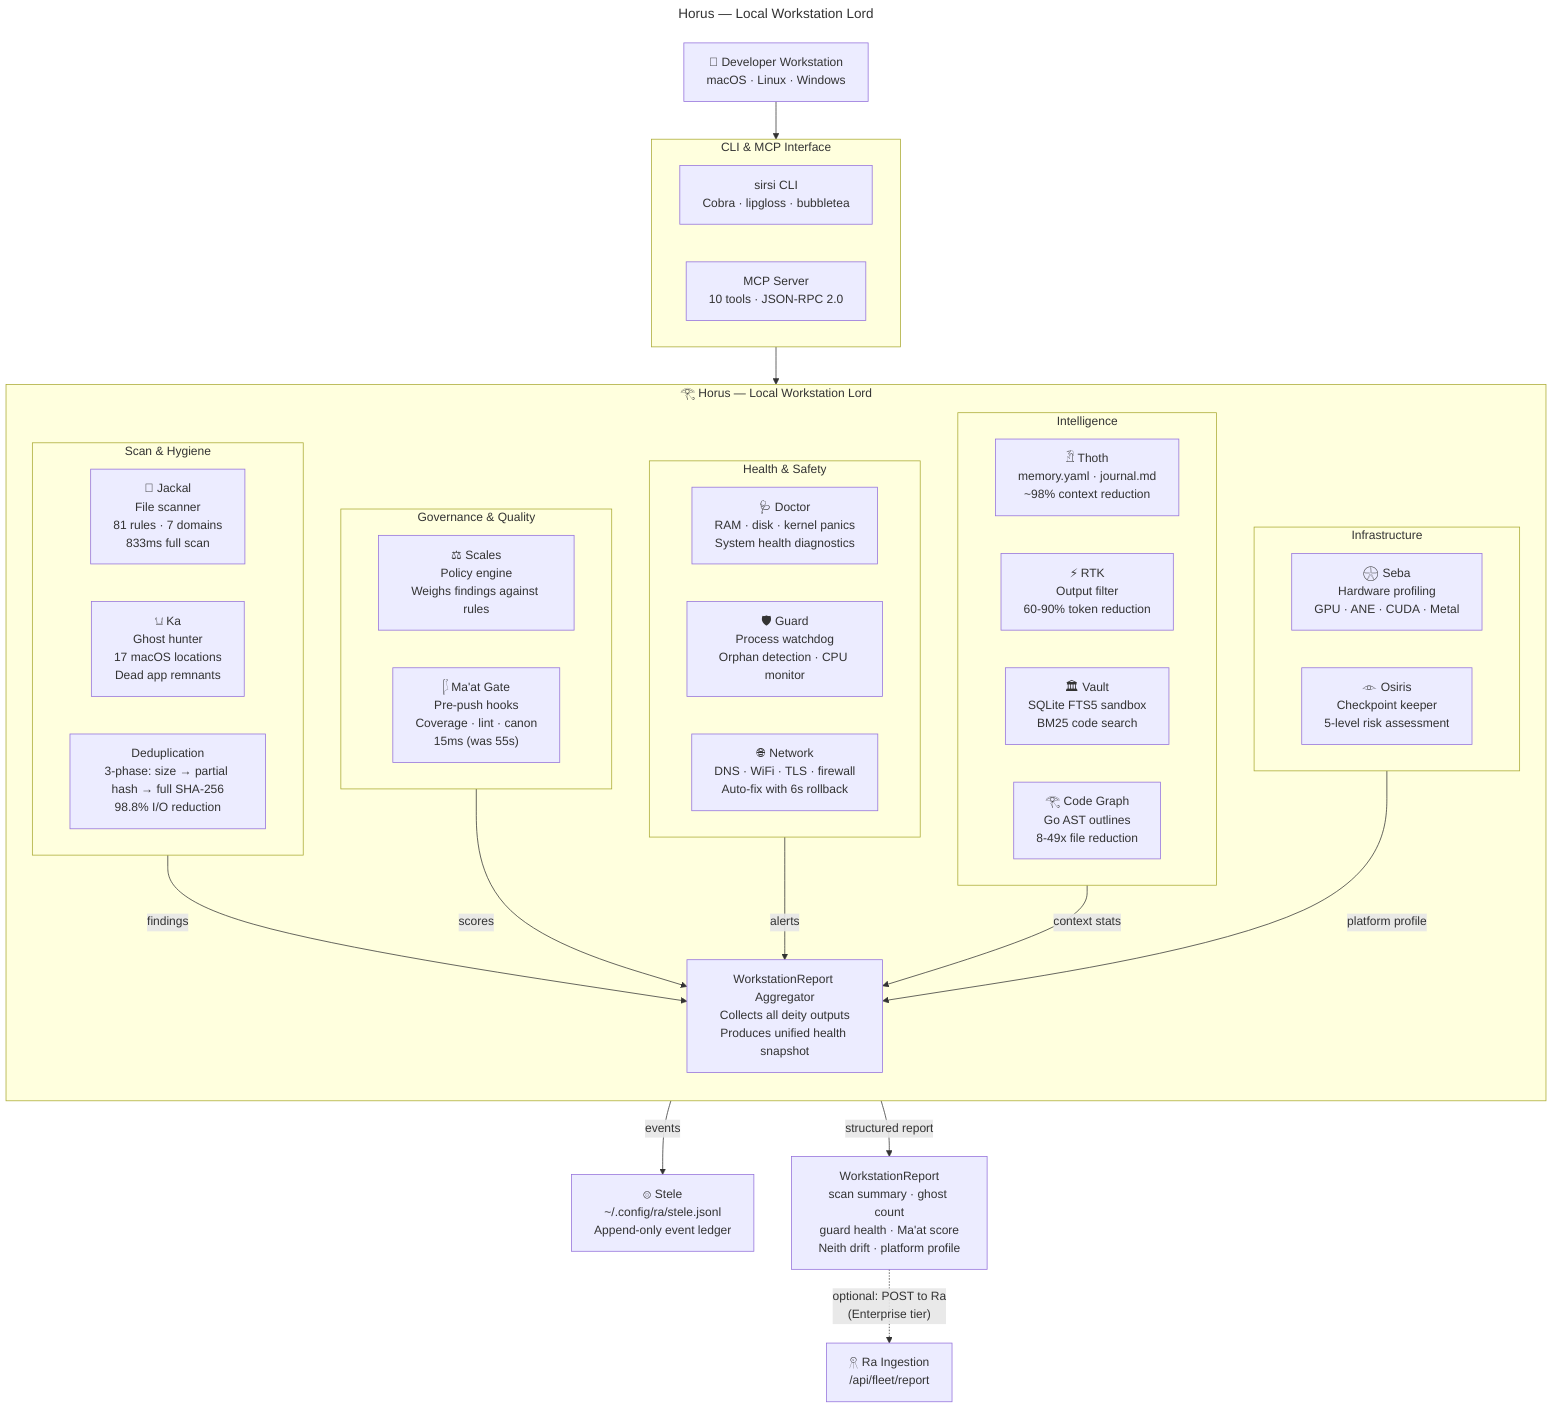
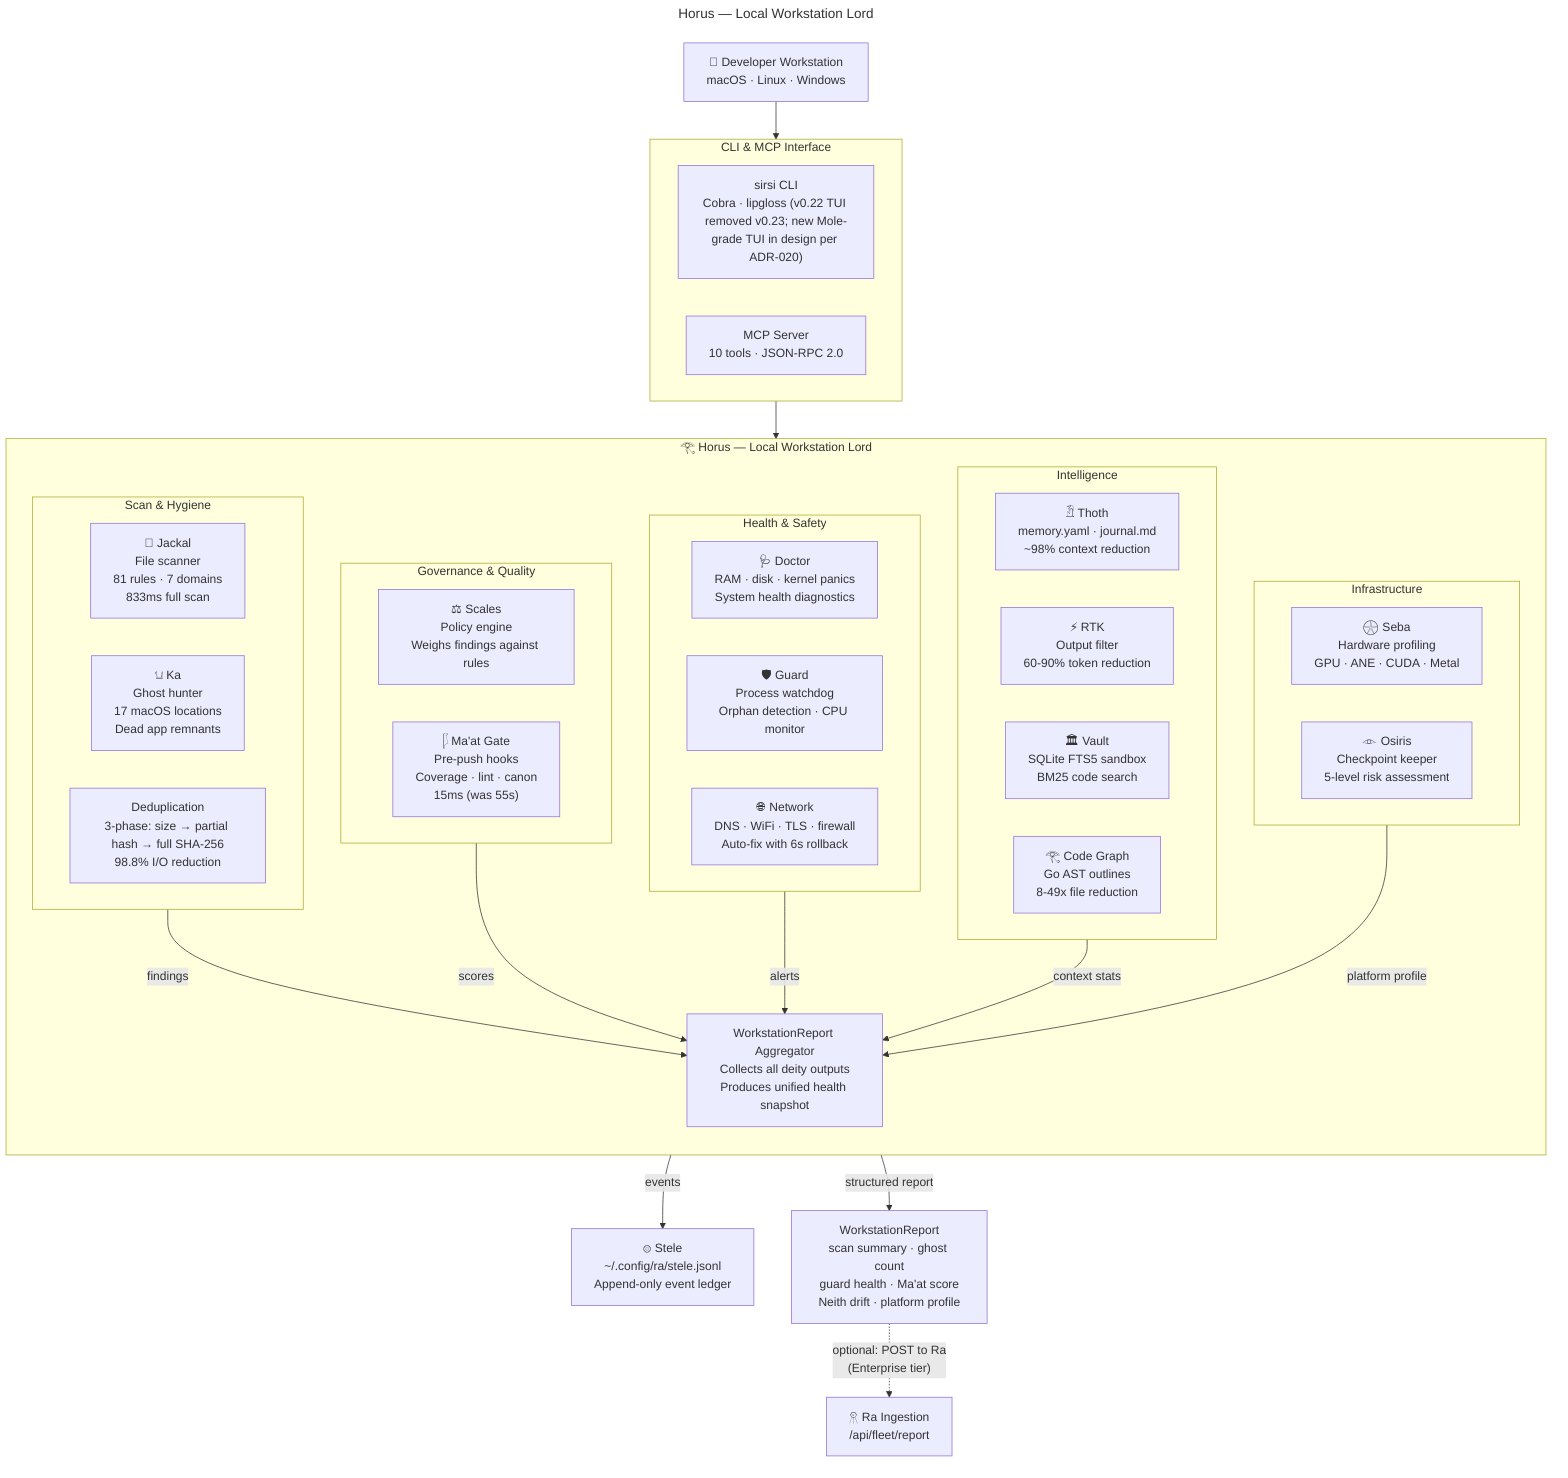
---
title: "Horus — Local Workstation Lord"
subtitle: "Everything on one machine reports to Horus."
---

%% DIAGRAM 05: The free-tier local architecture
%% Shows Horus as the aggregator receiving reports from all local deities
%% and producing a WorkstationReport that can optionally flow to Ra

graph TB
    %% ── User Entry ──
    USER["👤 Developer Workstation<br/>macOS · Linux · Windows"]

    subgraph CLI_LAYER["CLI & MCP Interface"]
-         CLI["sirsi CLI<br/>Cobra · lipgloss · bubbletea"]
+         CLI["sirsi CLI<br/>Cobra · lipgloss (v0.22 TUI removed v0.23; new Mole-grade TUI in design per ADR-020)"]
        MCP["MCP Server<br/>10 tools · JSON-RPC 2.0"]
    end

    USER --> CLI_LAYER

    %% ── Horus Aggregator ──
    subgraph HORUS["𓂀 Horus — Local Workstation Lord"]
        direction TB
        AGG["WorkstationReport Aggregator<br/>Collects all deity outputs<br/>Produces unified health snapshot"]

        subgraph SCAN["Scan & Hygiene"]
            JACKAL["🐺 Jackal<br/>File scanner<br/>81 rules · 7 domains<br/>833ms full scan"]
            KA["𓂓 Ka<br/>Ghost hunter<br/>17 macOS locations<br/>Dead app remnants"]
            DEDUP["Deduplication<br/>3-phase: size → partial hash → full SHA-256<br/>98.8% I/O reduction"]
        end

        subgraph GOVERNANCE["Governance & Quality"]
            SCALES["⚖️ Scales<br/>Policy engine<br/>Weighs findings against rules"]
            MAAT_LOCAL["𓆄 Ma'at Gate<br/>Pre-push hooks<br/>Coverage · lint · canon<br/>15ms (was 55s)"]
        end

        subgraph HEALTH["Health & Safety"]
            DOCTOR["🩺 Doctor<br/>RAM · disk · kernel panics<br/>System health diagnostics"]
            GUARD["🛡️ Guard<br/>Process watchdog<br/>Orphan detection · CPU monitor"]
            NETWORK["🌐 Network<br/>DNS · WiFi · TLS · firewall<br/>Auto-fix with 6s rollback"]
        end

        subgraph INTEL["Intelligence"]
            THOTH_LOCAL["𓁟 Thoth<br/>memory.yaml · journal.md<br/>~98% context reduction"]
            RTK_LOCAL["⚡ RTK<br/>Output filter<br/>60-90% token reduction"]
            VAULT_LOCAL["🏛️ Vault<br/>SQLite FTS5 sandbox<br/>BM25 code search"]
            HORUS_AST["𓂀 Code Graph<br/>Go AST outlines<br/>8-49x file reduction"]
        end

        subgraph INFRA["Infrastructure"]
            SEBA_LOCAL["𓇽 Seba<br/>Hardware profiling<br/>GPU · ANE · CUDA · Metal"]
            OSIRIS_LOCAL["𓁹 Osiris<br/>Checkpoint keeper<br/>5-level risk assessment"]
        end

        SCAN -->|"findings"| AGG
        GOVERNANCE -->|"scores"| AGG
        HEALTH -->|"alerts"| AGG
        INTEL -->|"context stats"| AGG
        INFRA -->|"platform profile"| AGG
    end

    CLI_LAYER --> HORUS

    %% ── Output ──
    STELE["𓊖 Stele<br/>~/.config/ra/stele.jsonl<br/>Append-only event ledger"]
    REPORT["WorkstationReport<br/>scan summary · ghost count<br/>guard health · Ma'at score<br/>Neith drift · platform profile"]

    AGG -->|"events"| STELE
    AGG -->|"structured report"| REPORT
    REPORT -.->|"optional: POST to Ra<br/>(Enterprise tier)"| RA_ENDPOINT["𓇶 Ra Ingestion<br/>/api/fleet/report"]

    %% ── Rendering notes ──
    %% Horus is the big central box containing everything
    %% 5 sub-clusters inside Horus: Scan, Governance, Health, Intel, Infra
    %% Each sub-cluster has 2-4 module boxes
    %% AGG (aggregator) is the central node inside Horus
    %% All arrows flow inward to AGG, then outward to Stele/Report
    %% The Ra connection is DASHED (optional, enterprise only)
    %% Free tier boundary: everything inside the Horus box
